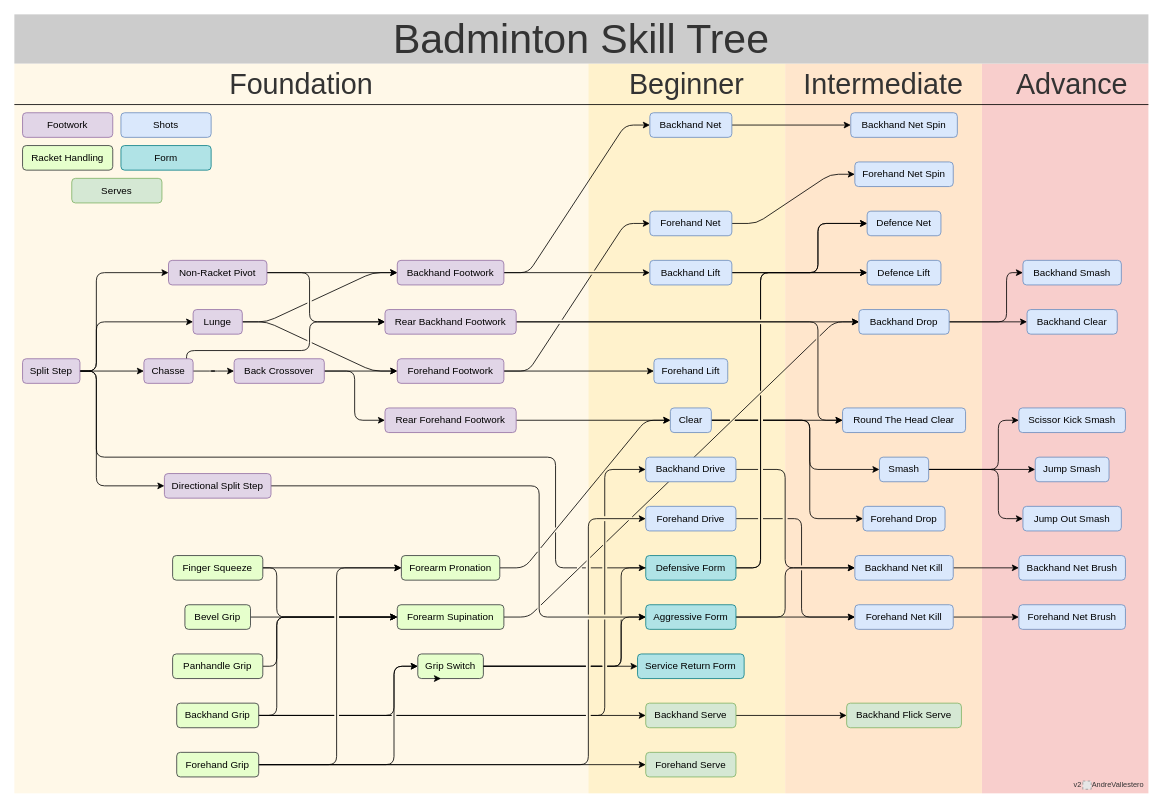
Earlier version of the draw.io diagram badminton-skill-tree-manual.drawio.xml (AndreVallestero/badminton-progression-tree). Source tidied: cells renumbered, new cells numbered last; positions are measured from the earlier drawing's top-left corner, leaving out a move shared by most shapes. Both pictures are drawn from the tidied source at 82%, with x=0, y=0 at pixel (14, 14). Pictures stored in the file or linked from it are replaced by grey dashed boxes.
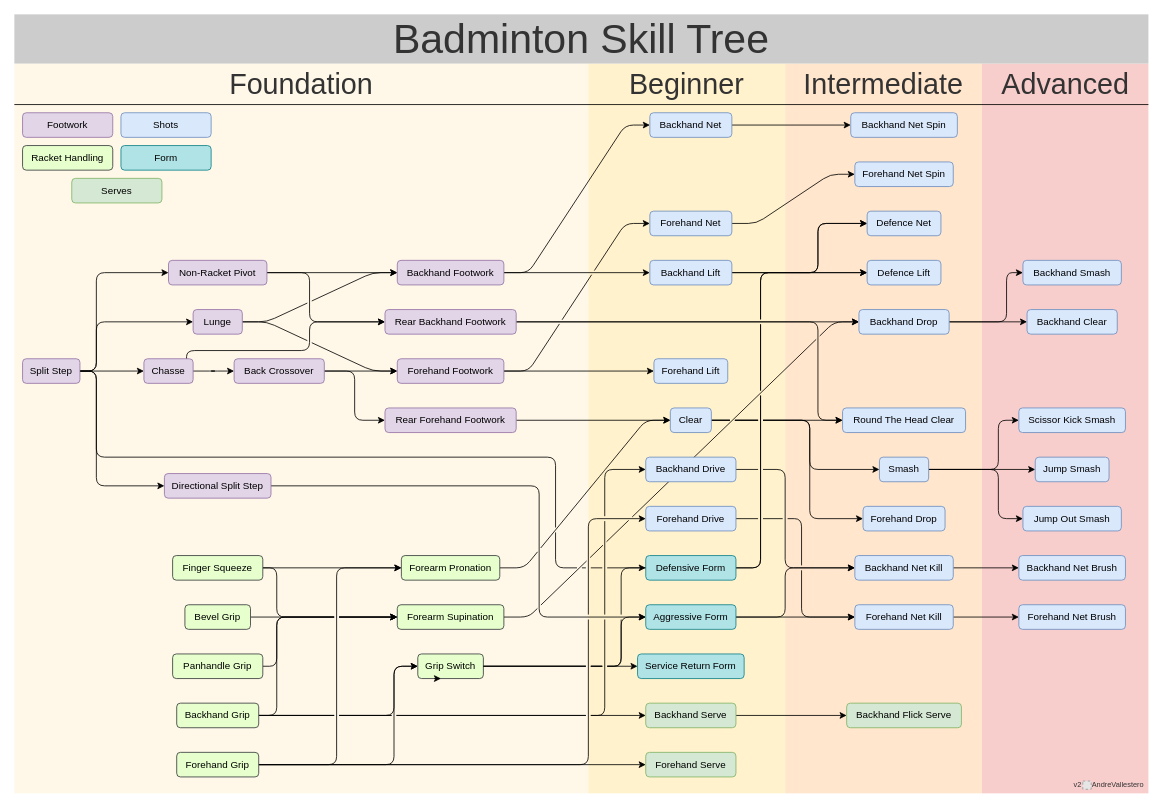
The same page after the edit.

Commit message (it also covers changes not shown here):
Change advance -> advanced

What changed in the source:
```diff
@@
-    <mxCell id="116" value="Advance" style="text;strokeColor=none;align=center;fillColor=none;html=1;verticalAlign=middle;whiteSpace=wrap;rounded=1;fontSize=35;fontColor=#333333;" parent="1" vertex="1">
-      <mxGeometry x="1210" y="60" width="160" height="50" as="geometry" />
+    <mxCell id="116" value="Advanced" style="text;strokeColor=none;align=center;fillColor=none;html=1;verticalAlign=middle;whiteSpace=wrap;rounded=1;fontSize=35;fontColor=#333333;" parent="1" vertex="1">
+      <mxGeometry x="1201.5" y="60" width="160" height="50" as="geometry" />
     </mxCell>
```
